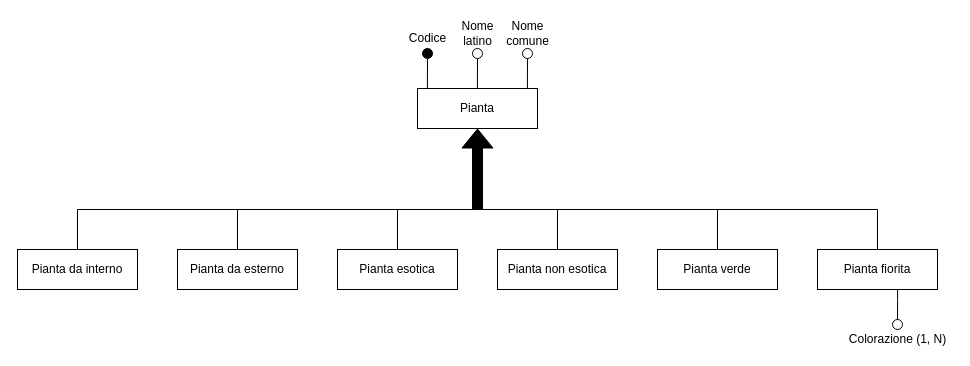
nic-agos/Verde-S.R.L keeps this draw.io diagram as ER-diagrams/ER-Piante.drawio. Above is the earlier version. Source tidied: cells renumbered, new cells numbered last; positions are measured from the earlier drawing's top-left corner, leaving out a move shared by most shapes. Both pictures are drawn from the tidied source at 100%, with x=0, y=0 at pixel (17, 18).
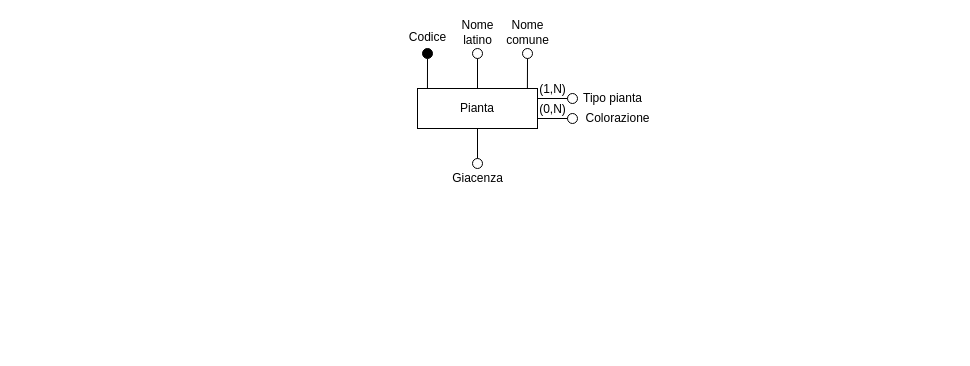
The same diagram, later.

Unchanged cells that the change refers to:
```xml
<mxCell id="5" value="Pianta" style="rounded=0;whiteSpace=wrap;html=1;strokeWidth=1;perimeterSpacing=0;" parent="1" vertex="1">
  <mxGeometry x="400" y="70" width="120" height="40" as="geometry" />
</mxCell>
<mxCell id="18" style="ellipse;whiteSpace=wrap;html=1;strokeWidth=1;fillColor=#000000;" parent="1" vertex="1">
  <mxGeometry x="405" y="30" width="10" height="10" as="geometry" />
</mxCell>
<mxCell id="21" style="ellipse;whiteSpace=wrap;html=1;strokeWidth=1;fillColor=none;" parent="1" vertex="1">
  <mxGeometry x="455" y="30" width="10" height="10" as="geometry" />
</mxCell>
<mxCell id="24" style="ellipse;whiteSpace=wrap;html=1;strokeWidth=1;fillColor=none;" parent="1" vertex="1">
  <mxGeometry x="505" y="30" width="10" height="10" as="geometry" />
</mxCell>
```

Change to the diagram source:
```diff
@@
-    <mxCell id="2" value="Pianta da interno" style="rounded=0;whiteSpace=wrap;html=1;strokeWidth=1;perimeterSpacing=0;" parent="1" vertex="1">
-      <mxGeometry y="231" width="120" height="40" as="geometry" />
-    </mxCell>
-    <mxCell id="3" value="Pianta da esterno" style="rounded=0;whiteSpace=wrap;html=1;strokeWidth=1;perimeterSpacing=0;" parent="1" vertex="1">
-      <mxGeometry x="160" y="231" width="120" height="40" as="geometry" />
-    </mxCell>
-    <mxCell id="4" value="Pianta esotica" style="rounded=0;whiteSpace=wrap;html=1;strokeWidth=1;perimeterSpacing=0;" parent="1" vertex="1">
-      <mxGeometry x="320" y="231" width="120" height="40" as="geometry" />
-    </mxCell>
@@
-    <mxCell id="6" value="Pianta non esotica" style="rounded=0;whiteSpace=wrap;html=1;strokeWidth=1;perimeterSpacing=0;" parent="1" vertex="1">
-      <mxGeometry x="480" y="231" width="120" height="40" as="geometry" />
-    </mxCell>
-    <mxCell id="7" value="Pianta verde" style="rounded=0;whiteSpace=wrap;html=1;strokeWidth=1;perimeterSpacing=0;" parent="1" vertex="1">
-      <mxGeometry x="640" y="231" width="120" height="40" as="geometry" />
-    </mxCell>
-    <mxCell id="8" value="Pianta fiorita" style="rounded=0;whiteSpace=wrap;html=1;strokeWidth=1;perimeterSpacing=0;" parent="1" vertex="1">
-      <mxGeometry x="800" y="231" width="120" height="40" as="geometry" />
-    </mxCell>
-    <mxCell id="9" style="endArrow=none;html=1;rounded=0;" parent="1" edge="1">
-      <mxGeometry relative="1" as="geometry">
-        <mxPoint x="60" y="191" as="sourcePoint" />
-        <mxPoint x="860" y="191" as="targetPoint" />
-      </mxGeometry>
-    </mxCell>
-    <mxCell id="10" style="endArrow=none;html=1;rounded=0;exitX=0.5;exitY=0;exitDx=0;exitDy=0;" parent="1" edge="1" source="8">
-      <mxGeometry relative="1" as="geometry">
-        <mxPoint x="860" y="191" as="targetPoint" />
-      </mxGeometry>
-    </mxCell>
-    <mxCell id="11" style="endArrow=none;html=1;rounded=0;exitX=0.5;exitY=0;exitDx=0;exitDy=0;" parent="1" edge="1" source="7">
-      <mxGeometry relative="1" as="geometry">
-        <mxPoint x="700" y="191" as="targetPoint" />
-      </mxGeometry>
-    </mxCell>
-    <mxCell id="12" style="endArrow=none;html=1;rounded=0;exitX=0.5;exitY=0;exitDx=0;exitDy=0;" parent="1" edge="1" source="6">
-      <mxGeometry relative="1" as="geometry">
-        <mxPoint x="540" y="191" as="targetPoint" />
-      </mxGeometry>
-    </mxCell>
-    <mxCell id="13" style="endArrow=none;html=1;rounded=0;exitX=0.5;exitY=0;exitDx=0;exitDy=0;" parent="1" edge="1" source="4">
-      <mxGeometry relative="1" as="geometry">
-        <mxPoint x="380" y="191" as="targetPoint" />
-      </mxGeometry>
-    </mxCell>
-    <mxCell id="14" style="endArrow=none;html=1;rounded=0;exitX=0.5;exitY=0;exitDx=0;exitDy=0;" parent="1" edge="1" source="3">
-      <mxGeometry relative="1" as="geometry">
-        <mxPoint x="220" y="191" as="targetPoint" />
-      </mxGeometry>
-    </mxCell>
-    <mxCell id="15" style="endArrow=none;html=1;rounded=0;exitX=0.5;exitY=0;exitDx=0;exitDy=0;" parent="1" edge="1" source="2">
-      <mxGeometry relative="1" as="geometry">
-        <mxPoint x="60" y="191" as="targetPoint" />
-      </mxGeometry>
-    </mxCell>
-    <mxCell id="16" style="shape=flexArrow;endArrow=classic;html=1;rounded=0;fillColor=#000000;entryX=0.5;entryY=1;entryDx=0;entryDy=0;" parent="1" edge="1" target="5">
-      <mxGeometry relative="1" as="geometry">
-        <mxPoint x="460" y="191" as="sourcePoint" />
-      </mxGeometry>
-    </mxCell>
-    <mxCell id="17" style="endArrow=none;html=1;rounded=0;fillColor=#000000;entryX=0.166;entryY=0;entryDx=0;entryDy=0;entryPerimeter=0;exitX=0.5;exitY=1;exitDx=0;exitDy=0;" parent="1" edge="1" source="18">
-      <mxGeometry relative="1" as="geometry">
-        <mxPoint x="409.9" y="70" as="targetPoint" />
-      </mxGeometry>
+    <mxCell id="17" style="endArrow=none;html=1;rounded=0;fillColor=#000000;entryX=0.083;entryY=-0.006;entryDx=0;entryDy=0;entryPerimeter=0;exitX=0.5;exitY=1;exitDx=0;exitDy=0;" parent="1" edge="1" source="18" target="5">
+      <mxGeometry relative="1" as="geometry" />
     </mxCell>
@@
     <mxCell id="19" value="Codice" style="text;html=1;align=center;verticalAlign=middle;strokeColor=none;fillColor=none;" parent="1" vertex="1">
-      <mxGeometry x="385" y="10" width="50" height="20" as="geometry" />
+      <mxGeometry x="385" y="9" width="50" height="20" as="geometry" />
     </mxCell>
-    <mxCell id="20" style="endArrow=none;html=1;rounded=0;fillColor=#000000;entryX=0.166;entryY=0;entryDx=0;entryDy=0;entryPerimeter=0;exitX=0.5;exitY=1;exitDx=0;exitDy=0;" parent="1" edge="1" source="21">
-      <mxGeometry relative="1" as="geometry">
-        <mxPoint x="459.9" y="70" as="targetPoint" />
-      </mxGeometry>
+    <mxCell id="20" style="endArrow=none;html=1;rounded=0;fillColor=#000000;entryX=0.5;entryY=0;entryDx=0;entryDy=0;exitX=0.5;exitY=1;exitDx=0;exitDy=0;" parent="1" edge="1" source="21" target="5">
+      <mxGeometry relative="1" as="geometry" />
     </mxCell>
@@
     <mxCell id="22" value="Nome &lt;br&gt;latino" style="text;html=1;align=center;verticalAlign=middle;strokeColor=none;fillColor=none;" parent="1" vertex="1">
-      <mxGeometry x="435" width="50" height="30" as="geometry" />
+      <mxGeometry x="435" y="-1" width="50" height="30" as="geometry" />
     </mxCell>
-    <mxCell id="23" style="endArrow=none;html=1;rounded=0;fillColor=#000000;entryX=0.166;entryY=0;entryDx=0;entryDy=0;entryPerimeter=0;exitX=0.5;exitY=1;exitDx=0;exitDy=0;" parent="1" edge="1" source="24">
-      <mxGeometry relative="1" as="geometry">
-        <mxPoint x="509.9" y="70" as="targetPoint" />
-      </mxGeometry>
+    <mxCell id="23" style="endArrow=none;html=1;rounded=0;fillColor=#000000;entryX=0.916;entryY=-0.001;entryDx=0;entryDy=0;entryPerimeter=0;exitX=0.5;exitY=1;exitDx=0;exitDy=0;" parent="1" edge="1" source="24" target="5">
+      <mxGeometry relative="1" as="geometry" />
     </mxCell>
@@
     <mxCell id="25" value="Nome &lt;br&gt;comune" style="text;html=1;align=center;verticalAlign=middle;strokeColor=none;fillColor=none;" parent="1" vertex="1">
-      <mxGeometry x="480" width="60" height="30" as="geometry" />
+      <mxGeometry x="480" y="-1" width="60" height="30" as="geometry" />
     </mxCell>
-    <mxCell id="26" style="endArrow=none;html=1;rounded=0;fillColor=#000000;entryX=0.5;entryY=0;entryDx=0;entryDy=0;" parent="1" edge="1" target="27">
-      <mxGeometry relative="1" as="geometry">
-        <mxPoint x="880.1" y="271" as="sourcePoint" />
-        <Array as="points">
-          <mxPoint x="880.1" y="281" />
-        </Array>
-      </mxGeometry>
-    </mxCell>
-    <mxCell id="27" style="ellipse;whiteSpace=wrap;html=1;strokeWidth=1;fillColor=none;" parent="1" vertex="1">
-      <mxGeometry x="875" y="301" width="10" height="10" as="geometry" />
-    </mxCell>
-    <mxCell id="28" value="Colorazione (1, N)" style="text;html=1;align=center;verticalAlign=middle;strokeColor=none;fillColor=none;" parent="1" vertex="1">
-      <mxGeometry x="825" y="311" width="110" height="20" as="geometry" />
-    </mxCell>
+    <mxCell id="29" style="ellipse;whiteSpace=wrap;html=1;strokeWidth=1;fillColor=none;" parent="1" vertex="1">
+      <mxGeometry x="550" y="75" width="10" height="10" as="geometry" />
+    </mxCell>
+    <mxCell id="30" style="endArrow=none;html=1;rounded=0;exitX=1;exitY=0.25;exitDx=0;exitDy=0;entryX=0;entryY=0.5;entryDx=0;entryDy=0;" parent="1" edge="1" source="5" target="29">
+      <mxGeometry relative="1" as="geometry" />
+    </mxCell>
+    <mxCell id="31" value="Tipo pianta" style="text;html=1;align=center;verticalAlign=middle;strokeColor=none;fillColor=none;" parent="1" vertex="1">
+      <mxGeometry x="560" y="70" width="70" height="20" as="geometry" />
+    </mxCell>
+    <mxCell id="32" value="(1,N)" style="text;html=1;align=center;verticalAlign=middle;strokeColor=none;fillColor=none;" parent="1" vertex="1">
+      <mxGeometry x="515" y="61" width="40" height="20" as="geometry" />
+    </mxCell>
+    <mxCell id="33" style="ellipse;whiteSpace=wrap;html=1;strokeWidth=1;fillColor=none;" parent="1" vertex="1">
+      <mxGeometry x="550" y="95" width="10" height="10" as="geometry" />
+    </mxCell>
+    <mxCell id="34" style="endArrow=none;html=1;rounded=0;exitX=1;exitY=0.75;exitDx=0;exitDy=0;entryX=0;entryY=0.5;entryDx=0;entryDy=0;" parent="1" edge="1" source="5" target="33">
+      <mxGeometry relative="1" as="geometry" />
+    </mxCell>
+    <mxCell id="35" value="Colorazione" style="text;html=1;align=center;verticalAlign=middle;strokeColor=none;fillColor=none;" parent="1" vertex="1">
+      <mxGeometry x="560" y="90" width="80" height="20" as="geometry" />
+    </mxCell>
+    <mxCell id="36" value="(0,N)" style="text;html=1;align=center;verticalAlign=middle;strokeColor=none;fillColor=none;" parent="1" vertex="1">
+      <mxGeometry x="515" y="81" width="40" height="20" as="geometry" />
+    </mxCell>
+    <mxCell id="37" style="ellipse;whiteSpace=wrap;html=1;strokeWidth=1;fillColor=none;" parent="1" vertex="1">
+      <mxGeometry x="455" y="140" width="10" height="10" as="geometry" />
+    </mxCell>
+    <mxCell id="38" style="endArrow=none;html=1;rounded=0;entryX=0.5;entryY=1;entryDx=0;entryDy=0;" parent="1" edge="1" target="5">
+      <mxGeometry relative="1" as="geometry">
+        <mxPoint x="460" y="140" as="sourcePoint" />
+      </mxGeometry>
+    </mxCell>
+    <mxCell id="39" value="Giacenza" style="text;html=1;align=center;verticalAlign=middle;strokeColor=none;fillColor=none;" parent="1" vertex="1">
+      <mxGeometry x="425" y="150" width="70" height="20" as="geometry" />
+    </mxCell>
```
